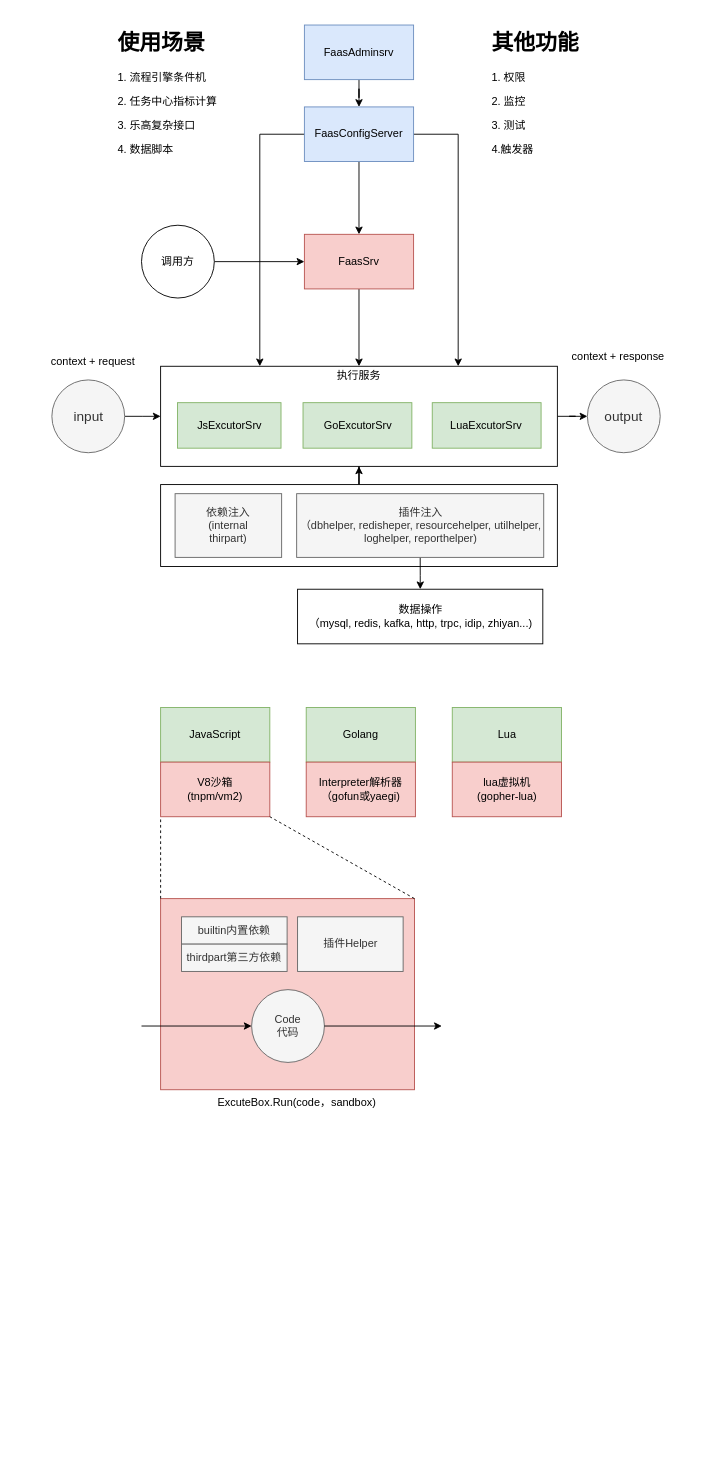
axtrur/resource keeps this draw.io diagram as faas.drawio. Above is the earlier version. Source tidied: cells renumbered, new cells numbered last; positions are measured from the earlier drawing's top-left corner, leaving out a move shared by most shapes. Both pictures are drawn from the tidied source at 91%, with x=0, y=0 at pixel (15, 25).
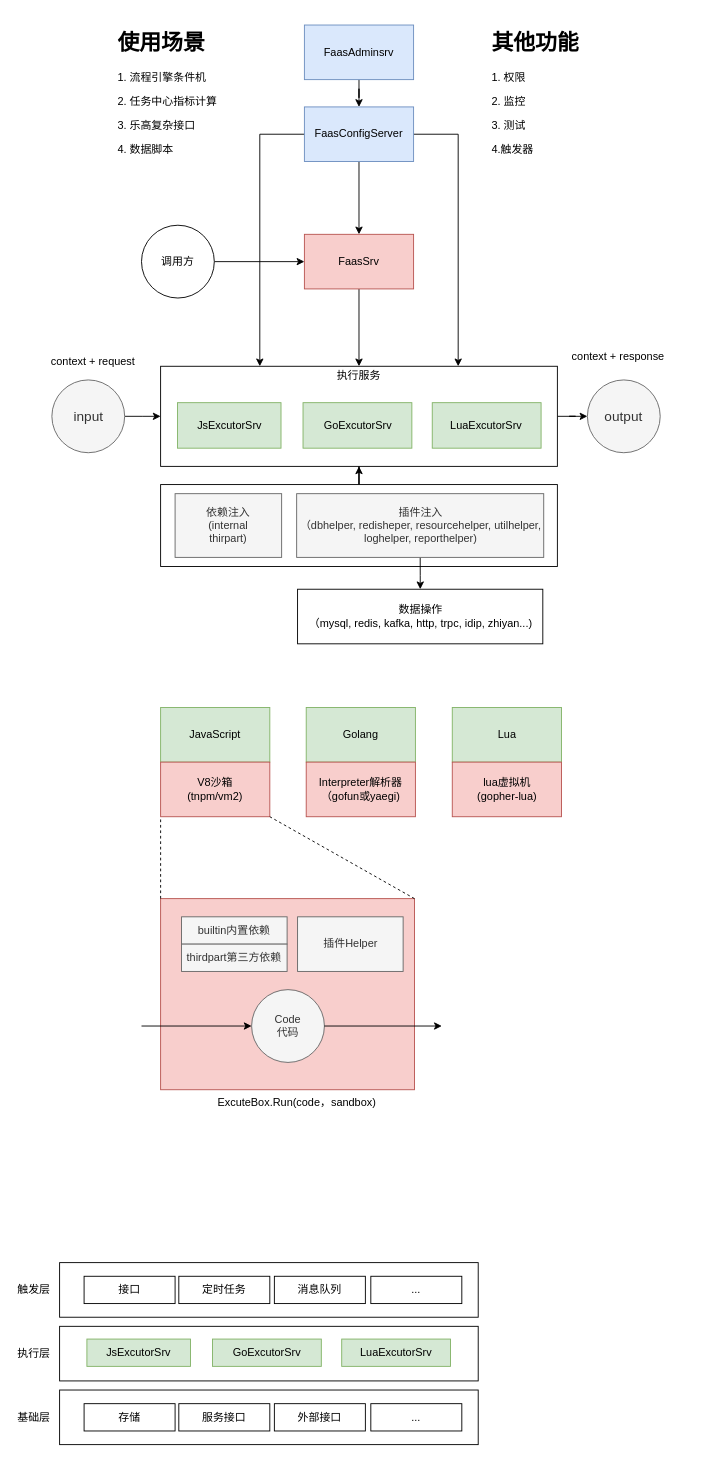
The same page after the edit.

What changed in the source:
```diff
@@
+    <mxCell id="48" style="rounded=0;whiteSpace=wrap;html=1;" parent="1" vertex="1">
+      <mxGeometry x="48" y="1360" width="460" height="60" as="geometry" />
+    </mxCell>
+    <mxCell id="49" style="rounded=0;whiteSpace=wrap;html=1;" parent="1" vertex="1">
+      <mxGeometry x="48" y="1430" width="460" height="60" as="geometry" />
+    </mxCell>
+    <mxCell id="50" style="rounded=0;whiteSpace=wrap;html=1;" parent="1" vertex="1">
+      <mxGeometry x="48" y="1500" width="460" height="60" as="geometry" />
+    </mxCell>
+    <mxCell id="51" value="触发层" style="text;html=1;strokeColor=none;fillColor=none;align=center;verticalAlign=middle;whiteSpace=wrap;rounded=0;" parent="1" vertex="1">
+      <mxGeometry y="1380" width="40" height="20" as="geometry" />
+    </mxCell>
+    <mxCell id="52" value="执行层" style="text;html=1;strokeColor=none;fillColor=none;align=center;verticalAlign=middle;whiteSpace=wrap;rounded=0;" parent="1" vertex="1">
+      <mxGeometry y="1450" width="40" height="20" as="geometry" />
+    </mxCell>
+    <mxCell id="53" value="基础层" style="text;html=1;strokeColor=none;fillColor=none;align=center;verticalAlign=middle;whiteSpace=wrap;rounded=0;" parent="1" vertex="1">
+      <mxGeometry y="1520" width="40" height="20" as="geometry" />
+    </mxCell>
+    <mxCell id="54" value="接口" style="rounded=0;whiteSpace=wrap;html=1;" parent="1" vertex="1">
+      <mxGeometry x="74.9" y="1375" width="100" height="30" as="geometry" />
+    </mxCell>
+    <mxCell id="55" value="定时任务" style="rounded=0;whiteSpace=wrap;html=1;" parent="1" vertex="1">
+      <mxGeometry x="179" y="1375" width="100" height="30" as="geometry" />
+    </mxCell>
+    <mxCell id="56" value="消息队列" style="rounded=0;whiteSpace=wrap;html=1;" parent="1" vertex="1">
+      <mxGeometry x="284" y="1375" width="100" height="30" as="geometry" />
+    </mxCell>
+    <mxCell id="57" value="..." style="rounded=0;whiteSpace=wrap;html=1;" parent="1" vertex="1">
+      <mxGeometry x="390" y="1375" width="100" height="30" as="geometry" />
+    </mxCell>
+    <mxCell id="58" style="group;" parent="1" vertex="1">
+      <mxGeometry x="78" y="1444" width="399.6" height="30" as="geometry" />
+    </mxCell>
+    <mxCell id="59" value="JsExcutorSrv" style="rounded=0;whiteSpace=wrap;html=1;fillColor=#d5e8d4;strokeColor=#82b366;" parent="58" vertex="1">
+      <mxGeometry width="113.8" height="30" as="geometry" />
+    </mxCell>
+    <mxCell id="60" value="GoExcutorSrv" style="rounded=0;whiteSpace=wrap;html=1;fillColor=#d5e8d4;strokeColor=#82b366;" parent="58" vertex="1">
+      <mxGeometry x="138" width="119.6" height="30" as="geometry" />
+    </mxCell>
+    <mxCell id="61" value="LuaExcutorSrv" style="rounded=0;whiteSpace=wrap;html=1;fillColor=#d5e8d4;strokeColor=#82b366;" parent="58" vertex="1">
+      <mxGeometry x="280" width="119.6" height="30" as="geometry" />
+    </mxCell>
+    <mxCell id="62" value="存储" style="rounded=0;whiteSpace=wrap;html=1;" parent="1" vertex="1">
+      <mxGeometry x="74.9" y="1515" width="100" height="30" as="geometry" />
+    </mxCell>
+    <mxCell id="63" value="服务接口" style="rounded=0;whiteSpace=wrap;html=1;" parent="1" vertex="1">
+      <mxGeometry x="179" y="1515" width="100" height="30" as="geometry" />
+    </mxCell>
+    <mxCell id="64" value="外部接口" style="rounded=0;whiteSpace=wrap;html=1;" parent="1" vertex="1">
+      <mxGeometry x="284" y="1515" width="100" height="30" as="geometry" />
+    </mxCell>
+    <mxCell id="65" value="..." style="rounded=0;whiteSpace=wrap;html=1;" parent="1" vertex="1">
+      <mxGeometry x="390" y="1515" width="100" height="30" as="geometry" />
+    </mxCell>
```
